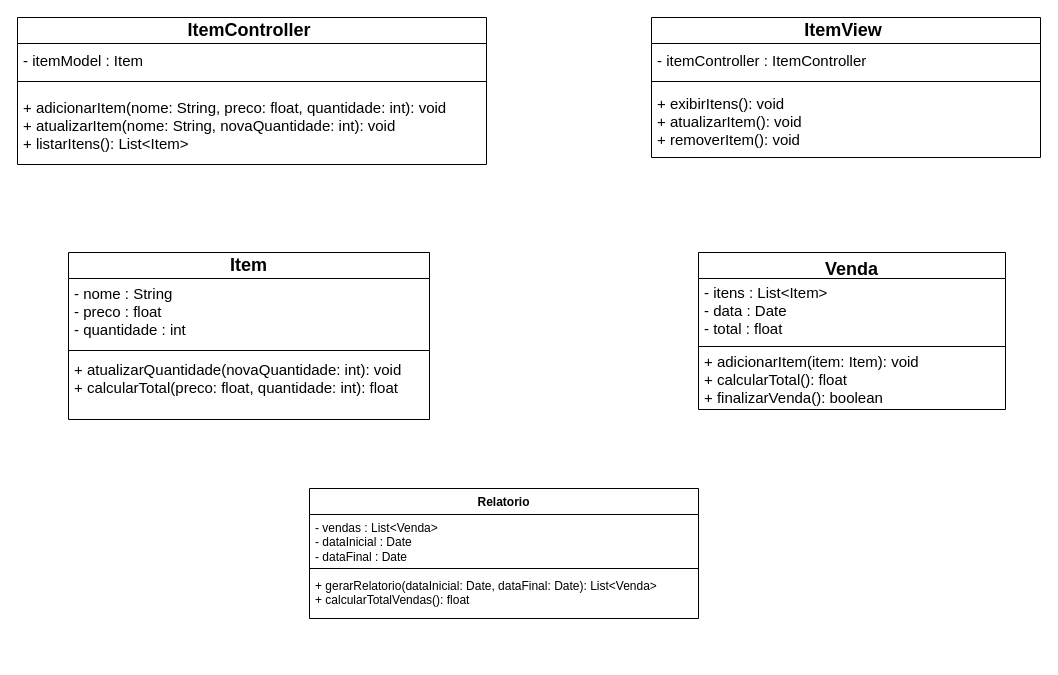
Above: Diagrama sem nome.drawio in InatelS203/ControleCardapioNeide (draw.io), before the change. Source tidied: cells renumbered, new cells numbered last; positions are measured from the earlier drawing's top-left corner, leaving out a move shared by most shapes. Both pictures are drawn from the tidied source at 100%, with x=0, y=0 at pixel (17, 17).
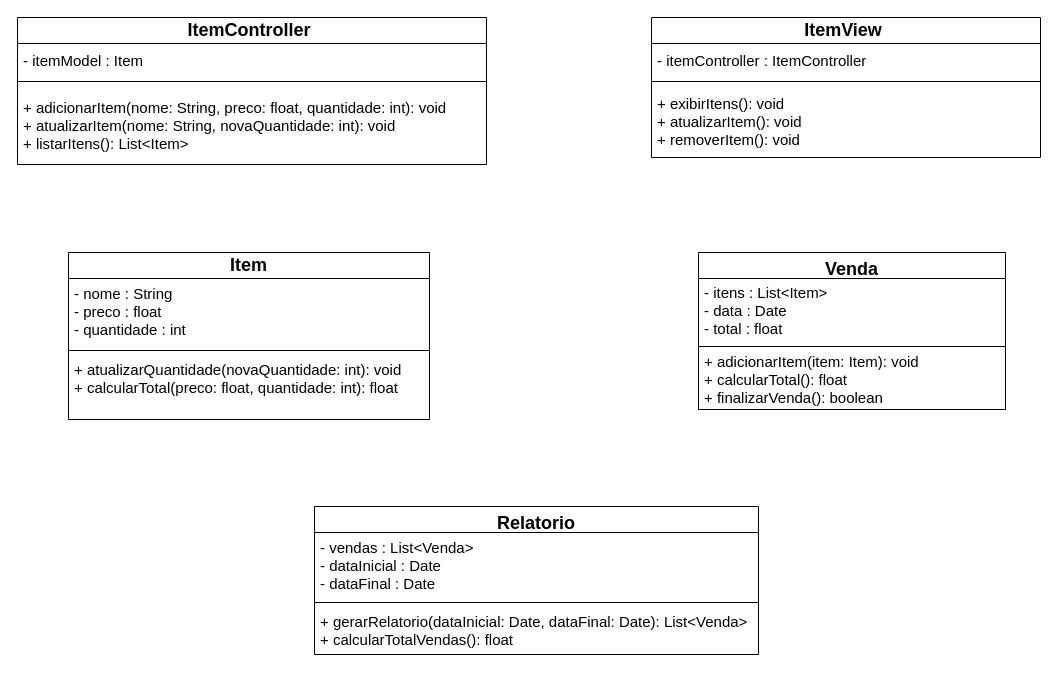
The same page after the edit.

Change to the diagram source:
```diff
@@
-    <mxCell id="10" value="Relatorio" style="swimlane;fontStyle=1;align=center;verticalAlign=top;horizontal=1;startSize=26;whiteSpace=wrap;html=1;" parent="1" vertex="1">
-      <mxGeometry x="292" y="471" width="389" height="130" as="geometry" />
+    <mxCell id="10" value="Relatorio" style="swimlane;fontStyle=1;align=center;verticalAlign=top;horizontal=1;startSize=26;whiteSpace=wrap;html=1;fontSize=18;" parent="1" vertex="1">
+      <mxGeometry x="297" y="489" width="444" height="148" as="geometry" />
     </mxCell>
-    <mxCell id="11" value="- vendas : List&amp;lt;Venda&amp;gt;&lt;br&gt;&lt;div&gt;&lt;span style=&quot;background-color: initial;&quot;&gt;- dataInicial : Date&lt;/span&gt;&lt;/div&gt;&lt;div&gt;- dataFinal : Date&lt;br&gt;&lt;/div&gt;" style="text;strokeColor=none;fillColor=none;align=left;verticalAlign=top;spacingLeft=4;spacingRight=4;overflow=hidden;whiteSpace=wrap;html=1;" parent="10" vertex="1">
-      <mxGeometry y="26" width="389" height="50" as="geometry" />
+    <mxCell id="11" value="- vendas : List&amp;lt;Venda&amp;gt;&lt;br style=&quot;font-size: 15px;&quot;&gt;&lt;div style=&quot;font-size: 15px;&quot;&gt;&lt;span style=&quot;background-color: initial; font-size: 15px;&quot;&gt;- dataInicial : Date&lt;/span&gt;&lt;/div&gt;&lt;div style=&quot;font-size: 15px;&quot;&gt;- dataFinal : Date&lt;br style=&quot;font-size: 15px;&quot;&gt;&lt;/div&gt;" style="text;strokeColor=none;fillColor=none;align=left;verticalAlign=middle;spacingLeft=4;spacingRight=4;overflow=hidden;whiteSpace=wrap;html=1;fontSize=15;" parent="10" vertex="1">
+      <mxGeometry y="26" width="444" height="66" as="geometry" />
     </mxCell>
     <mxCell id="12" style="line;strokeWidth=1;fillColor=none;align=left;verticalAlign=middle;spacingTop=-1;spacingLeft=3;spacingRight=3;labelPosition=right;strokeColor=inherit;" parent="10" vertex="1">
-      <mxGeometry y="76" width="389" height="8" as="geometry" />
+      <mxGeometry y="92" width="444" height="8" as="geometry" />
     </mxCell>
-    <mxCell id="13" value="&lt;div&gt;+ gerarRelatorio(dataInicial: Date, dataFinal: Date): List&amp;lt;Venda&amp;gt;&lt;br&gt;&lt;/div&gt;&lt;div&gt;+ calcularTotalVendas(): float&lt;br&gt;&lt;/div&gt;" style="text;strokeColor=none;fillColor=none;align=left;verticalAlign=top;spacingLeft=4;spacingRight=4;overflow=hidden;whiteSpace=wrap;html=1;" parent="10" vertex="1">
-      <mxGeometry y="84" width="389" height="46" as="geometry" />
+    <mxCell id="13" value="&lt;div style=&quot;font-size: 15px;&quot;&gt;+ gerarRelatorio(dataInicial: Date, dataFinal: Date): List&amp;lt;Venda&amp;gt;&lt;br style=&quot;font-size: 15px;&quot;&gt;&lt;/div&gt;&lt;div style=&quot;font-size: 15px;&quot;&gt;+ calcularTotalVendas(): float&lt;br style=&quot;font-size: 15px;&quot;&gt;&lt;/div&gt;" style="text;strokeColor=none;fillColor=none;align=left;verticalAlign=top;spacingLeft=4;spacingRight=4;overflow=hidden;whiteSpace=wrap;html=1;fontSize=15;" parent="10" vertex="1">
+      <mxGeometry y="100" width="444" height="48" as="geometry" />
     </mxCell>
```
